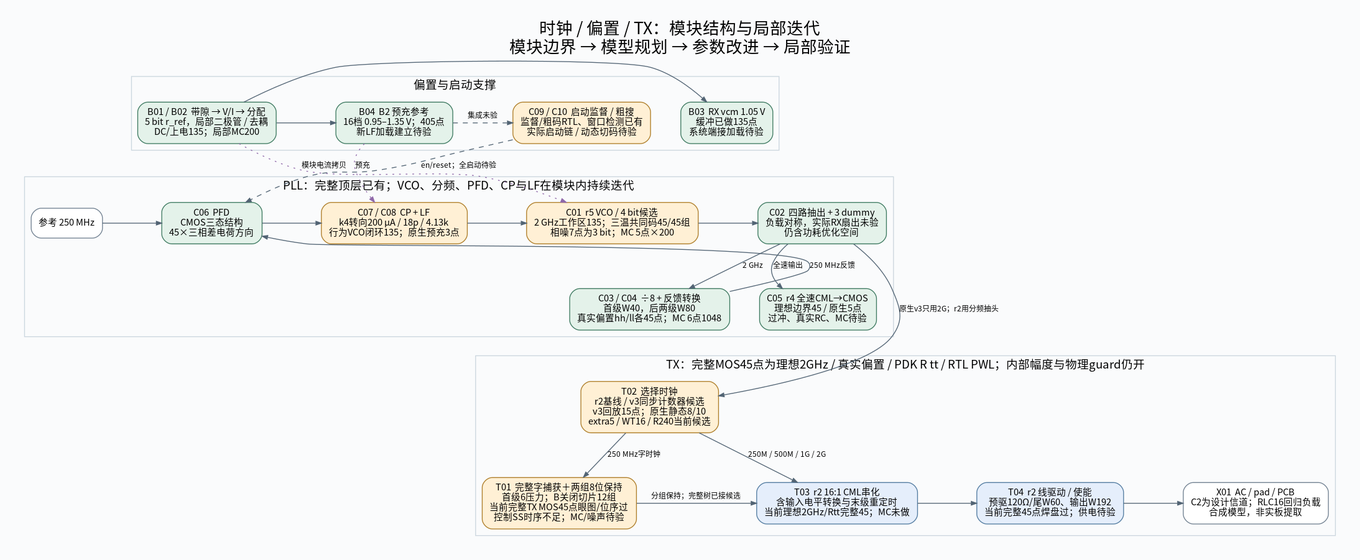
This is docs/figures/system/clock_tx_blocks.png from whitedeerpro-arch/serdes_sky130, a Graphviz export, as it was before one commit. Its source is kept beside it as docs/figures/system/clock_tx_blocks.dot.
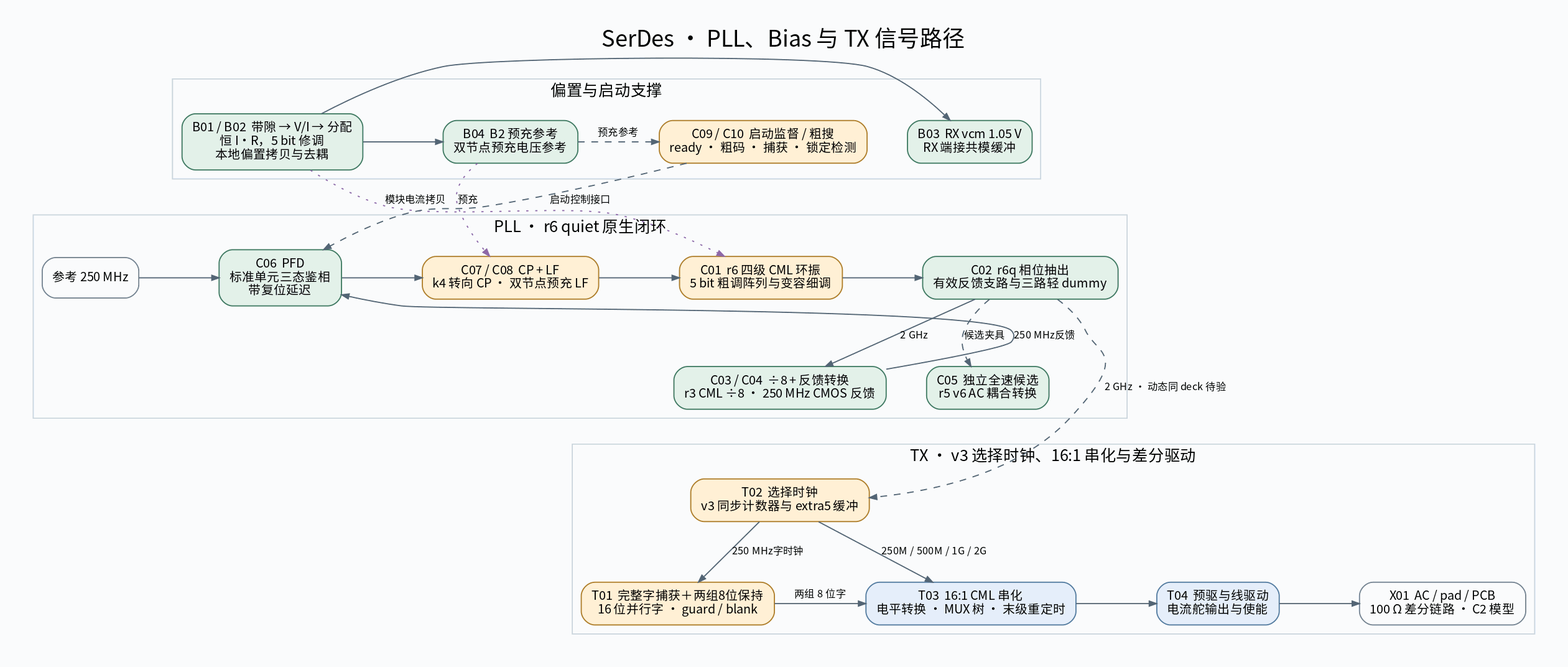
The same file after the commit.

Diff of the diagram source:
```diff
@@ -1,50 +1,50 @@
 digraph clock_tx_blocks {
   graph [rankdir=TB, bgcolor="#fafbfc", pad=0.3, nodesep=0.5, ranksep=0.6, fontname="Noto Sans CJK SC", fontsize=20,
-         labelloc=t, label="时钟 / 偏置 / TX：模块结构与局部迭代\n模块边界 → 模型规划 → 参数改进 → 局部验证"];
+         labelloc=t, label="SerDes · PLL、Bias 与 TX 信号路径"];
   node [shape=box, style="rounded,filled", fillcolor="#e4f2ea", color="#3d7960", fontname="Noto Sans CJK SC", fontsize=11, margin="0.12,0.1"];
   edge [color="#526474", arrowsize=0.65, fontname="Noto Sans CJK SC", fontsize=9];
   subgraph cluster_bias {
     label="偏置与启动支撑"; color="#cbd6de"; fontsize=14;
-    B01 [label="B01 / B02  带隙 → V/I → 分配\n5 bit r_ref，局部二极管 / 去耦\nDC/上电135；局部MC200"];
-    B03 [label="B03  RX vcm 1.05 V\n缓冲已做135点\n系统端接加载待验"];
-    B04 [label="B04  B2 预充参考\n16档 0.95–1.35 V；405点\n新LF加载建立待验"];
-    C09 [label="C09 / C10  启动监督 / 粗搜\n监督/粗码RTL、窗口检测已有\n实际启动链 / 动态切码待验", fillcolor="#fff0d5", color="#ae7d28"];
+    B01 [label="B01 / B02  带隙 → V/I → 分配\n恒 I·R，5 bit 修调\n本地偏置拷贝与去耦"];
+    B03 [label="B03  RX vcm 1.05 V\nRX 端接共模缓冲"];
+    B04 [label="B04  B2 预充参考\n双节点预充电压参考"];
+    C09 [label="C09 / C10  启动监督 / 粗搜\nready · 粗码 · 捕获 · 锁定检测", fillcolor="#fff0d5", color="#ae7d28"];
     {rank=same; B01; B03; B04; C09;}
-    B01 -> B03; B01 -> B04; B04 -> C09 [style=dashed, label="集成未验"];
+    B01 -> B03; B01 -> B04; B04 -> C09 [style=dashed, label="预充参考"];
   }
   subgraph cluster_pll {
-    label="PLL：完整顶层已有；VCO、分频、PFD、CP与LF在模块内持续迭代"; color="#cbd6de"; fontsize=14;
+    label="PLL · r6 quiet 原生闭环"; color="#cbd6de"; fontsize=14;
     REF [label="参考 250 MHz", fillcolor="white", color="#708090"];
-    C06 [label="C06  PFD\nCMOS三态结构\n45×三相差电荷方向"];
-    C07 [label="C07 / C08  CP + LF\nk4转向200 µA / 18p / 4.13k\n行为VCO闭环135；原生预充3点", fillcolor="#fff0d5", color="#ae7d28"];
-    C01 [label="C01  r5 VCO / 4 bit候选\n2 GHz工作区135；三温共同码45/45组\n相噪7点为3 bit；MC 5点×200", fillcolor="#fff0d5", color="#ae7d28"];
-    C02 [label="C02  四路抽出 + 3 dummy\n负载对称，实际RX扇出未验\n仍含功耗优化空间"];
-    C03 [label="C03 / C04  ÷8 + 反馈转换\n首级W40，后两级W80\n真实偏置hh/ll各45点；MC 6点1048"];
-    C05 [label="C05  r4 全速CML→CMOS\n理想边界45 / 原生5点\n过冲、真实RC、MC待验"];
+    C06 [label="C06  PFD\n标准单元三态鉴相\n带复位延迟"];
+    C07 [label="C07 / C08  CP + LF\nk4 转向 CP · 双节点预充 LF", fillcolor="#fff0d5", color="#ae7d28"];
+    C01 [label="C01  r6 四级 CML 环振\n5 bit 粗调阵列与变容细调", fillcolor="#fff0d5", color="#ae7d28"];
+    C02 [label="C02  r6q 相位抽出\n有效反馈支路与三路轻 dummy"];
+    C03 [label="C03 / C04  ÷8 + 反馈转换\nr3 CML ÷8 · 250 MHz CMOS 反馈"];
+    C05 [label="C05  独立全速候选\nr5 v6 AC 耦合转换"];
     {rank=same; REF; C06; C07; C01; C02;}
     {rank=same; C03; C05;}
     REF -> C06 -> C07 -> C01 -> C02;
     C02 -> C03 [label="2 GHz"];
     C03 -> C06 [label="250 MHz反馈", constraint=false];
-    C02 -> C05 [label="全速输出"];
+    C02 -> C05 [style=dashed, label="候选夹具"];
   }
   subgraph cluster_tx {
-    label="TX：完整MOS45点为理想2GHz / 真实偏置 / PDK R tt / RTL PWL；内部幅度与物理guard仍开"; color="#cbd6de"; fontsize=14;
-    T01 [label="T01  完整字捕获＋两组8位保持\n首级6压力；B关闭切片12组\n当前完整TX MOS45点眼图/位序过\n控制SS时序不足；MC/噪声待验", fillcolor="#fff0d5", color="#ae7d28"];
-    T02 [label="T02  选择时钟\nr2基线 / v3同步计数器候选\nv3回放15点；原生静态8/10\nextra5 / WT16 / R240当前候选", fillcolor="#fff0d5", color="#ae7d28"];
-    T03 [label="T03  r2 16:1 CML串化\n含输入电平转换与末级重定时\n当前理想2GHz/Rtt完整45；MC未做", fillcolor="#e5eefb", color="#527ba0"];
-    T04 [label="T04  r2 线驱动 / 使能\n预驱120Ω/尾W60、输出W192\n当前完整45点焊盘过；供电待验", fillcolor="#e5eefb", color="#527ba0"];
-    X01 [label="X01  AC / pad / PCB\nC2为设计信道；RLC16回归负载\n合成模型，非实板提取", fillcolor="white", color="#708090"];
+    label="TX · v3 选择时钟、16:1 串化与差分驱动"; color="#cbd6de"; fontsize=14;
+    T01 [label="T01  完整字捕获＋两组8位保持\n16 位并行字 · guard / blank", fillcolor="#fff0d5", color="#ae7d28"];
+    T02 [label="T02  选择时钟\nv3 同步计数器与 extra5 缓冲", fillcolor="#fff0d5", color="#ae7d28"];
+    T03 [label="T03  16:1 CML 串化\n电平转换 · MUX 树 · 末级重定时", fillcolor="#e5eefb", color="#527ba0"];
+    T04 [label="T04  预驱与线驱动\n电流舵输出与使能", fillcolor="#e5eefb", color="#527ba0"];
+    X01 [label="X01  AC / pad / PCB\n100 Ω 差分链路 · C2 模型", fillcolor="white", color="#708090"];
     {rank=same; T01; T03; T04; X01;}
-    T01 -> T03 [label="分组保持；完整树已接候选"];
+    T01 -> T03 [label="两组 8 位字"];
     T02 -> T01 [label="250 MHz字时钟"];
     T02 -> T03 [label="250M / 500M / 1G / 2G"];
     T03 -> T04 -> X01;
   }
   B01 -> C01 [color="#8f68a9", style=dotted, label="模块电流拷贝", constraint=false];
   B04 -> C07 [color="#8f68a9", style=dotted, label="预充", constraint=false];
-  C09 -> C06 [style=dashed, label="en/reset；全启动待验", constraint=false];
-  C02 -> T02 [label="原生v3只用2G；r2用分频抽头", constraint=false];
+  C09 -> C06 [style=dashed, label="启动控制接口", constraint=false];
+  C02 -> T02 [style=dashed, label="2 GHz · 动态同 deck 待验", constraint=false];
   B04 -> C07 [style=invis, weight=100];
   C03 -> T02 [style=invis, weight=100];
 }
```
